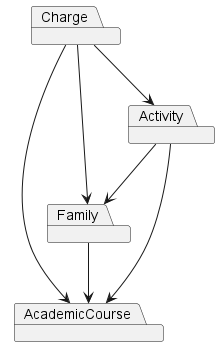
Earlier version of the PlantUML export doc/DomainModelDiagram/DomainModelDiagram.png (IgnacioMaestro/ampa-manager).
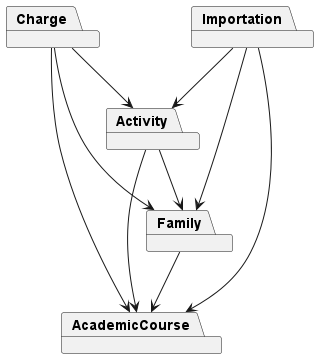
Later version of the same file.

Change to the diagram source:
```diff
@@ -3,6 +3,7 @@
 package Family
 package Activity
 package Charge
+package Importation
 
 Charge --> Family
 Activity --> Family
@@ -10,4 +11,7 @@
 Family --> AcademicCourse
 Charge --> Activity
 Charge --> AcademicCourse
+Importation --> Activity
+Importation --> Family
+Importation --> AcademicCourse
 @enduml
```
